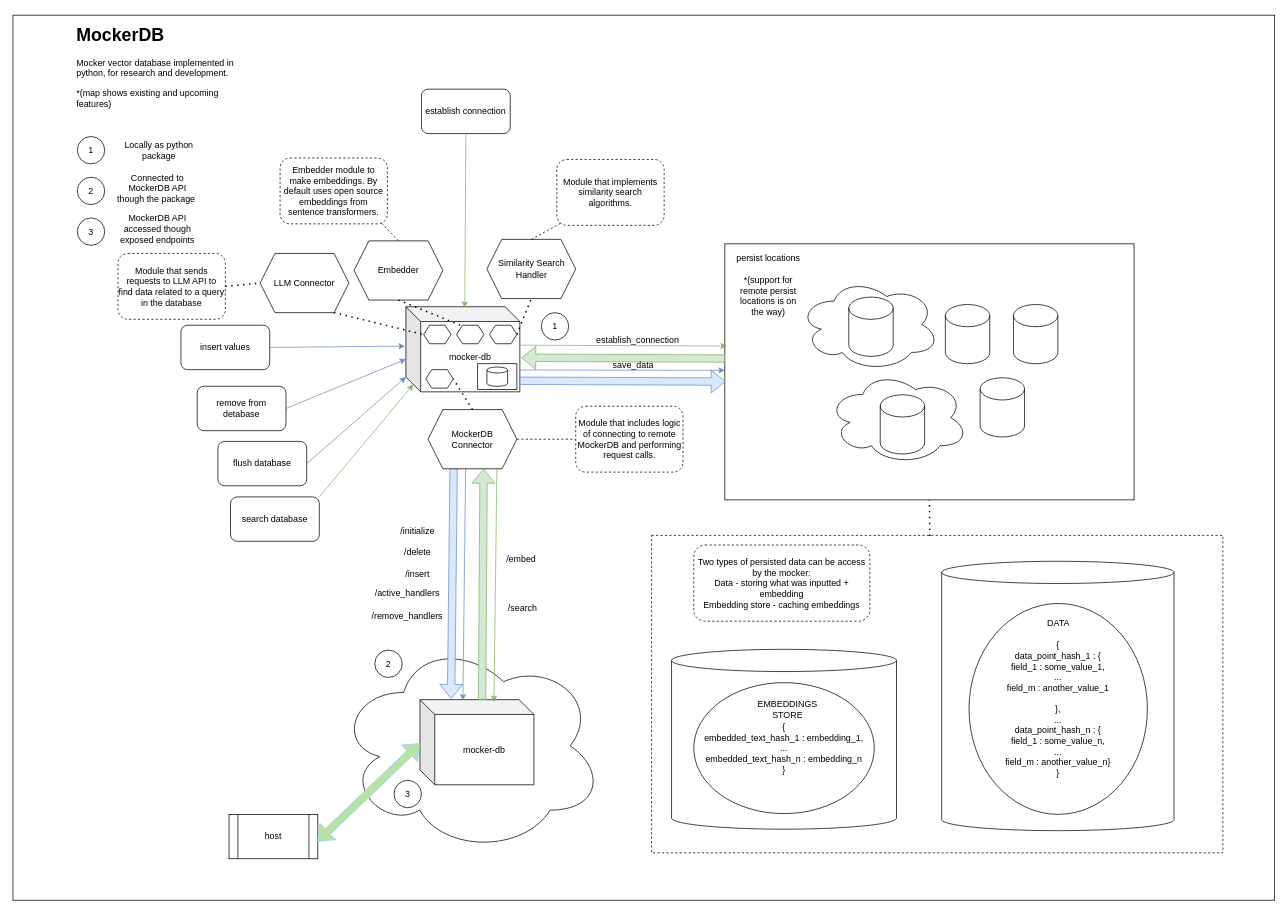
Kiril-Mordan/reusables keeps this draw.io diagram as drawio/mocker_db.drawio. Above is the earlier version. Source tidied: cells renumbered, new cells numbered last; positions are measured from the earlier drawing's top-left corner, leaving out a move shared by most shapes. Both pictures are drawn from the tidied source at 74%, with x=0, y=0 at pixel (13, 15).
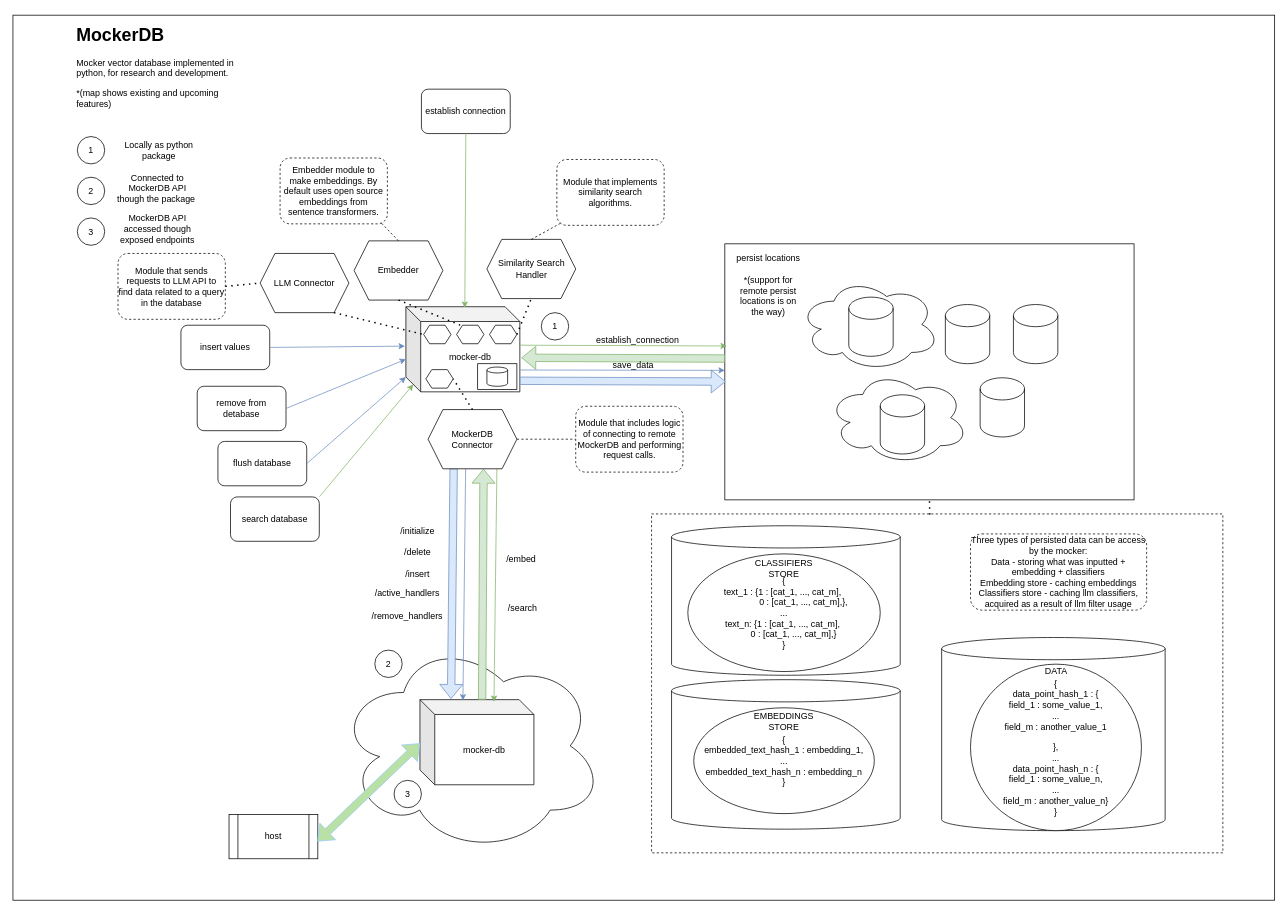
After the change.

Commit message (it also covers changes not shown here):
[mocker_db] initial version of cache of llm classification performed during llm filtering step

The edit, as a diff of the source:
```diff
@@
     <mxCell id="3" style="rounded=0;whiteSpace=wrap;html=1;dashed=1;" parent="1" vertex="1">
-      <mxGeometry x="863" y="703" width="772" height="429" as="geometry" />
+      <mxGeometry x="863" y="674" width="772" height="458" as="geometry" />
     </mxCell>
@@
     <mxCell id="6" style="shape=cylinder3;whiteSpace=wrap;html=1;boundedLbl=1;backgroundOutline=1;size=15;" parent="1" vertex="1">
-      <mxGeometry x="890" y="857" width="304" height="243" as="geometry" />
+      <mxGeometry x="890" y="898" width="309" height="202" as="geometry" />
     </mxCell>
     <mxCell id="7" style="shape=cylinder3;whiteSpace=wrap;html=1;boundedLbl=1;backgroundOutline=1;size=15;" parent="1" vertex="1">
-      <mxGeometry x="1255" y="738" width="314" height="364" as="geometry" />
+      <mxGeometry x="1255" y="841" width="302" height="261" as="geometry" />
     </mxCell>
     <mxCell id="8" value="{&lt;br&gt;data_point_hash_1 : {&lt;br&gt;field_1 : some_value_1,&lt;br&gt;...&lt;br&gt;field_m : another_value_1&lt;br&gt;&lt;br&gt;},&lt;br&gt;...&lt;br&gt;data_point_hash_n : {&lt;br style=&quot;border-color: var(--border-color);&quot;&gt;field_1 : some_value_n,&lt;br style=&quot;border-color: var(--border-color);&quot;&gt;...&lt;br style=&quot;border-color: var(--border-color);&quot;&gt;field_m : another_value_n}&lt;br&gt;}" style="ellipse;whiteSpace=wrap;html=1;" parent="1" vertex="1">
-      <mxGeometry x="1292" y="795" width="241" height="285" as="geometry" />
+      <mxGeometry x="1294" y="877" width="231" height="225" as="geometry" />
     </mxCell>
     <mxCell id="9" value="{&lt;br&gt;embedded_text_hash_1 : embedding_1,&lt;br&gt;...&lt;br&gt;embedded_text_hash_n : embedding_n&lt;br&gt;}" style="ellipse;whiteSpace=wrap;html=1;" parent="1" vertex="1">
-      <mxGeometry x="920" y="902" width="244" height="177" as="geometry" />
+      <mxGeometry x="920" y="936" width="244" height="143" as="geometry" />
     </mxCell>
     <mxCell id="10" value="DATA" style="text;html=1;align=center;verticalAlign=middle;whiteSpace=wrap;rounded=0;" parent="1" vertex="1">
-      <mxGeometry x="1382.5" y="807" width="60" height="30" as="geometry" />
+      <mxGeometry x="1379.5" y="872" width="60" height="30" as="geometry" />
     </mxCell>
     <mxCell id="11" value="EMBEDDINGS&lt;br&gt;STORE" style="text;html=1;align=center;verticalAlign=middle;whiteSpace=wrap;rounded=0;" parent="1" vertex="1">
-      <mxGeometry x="1004" y="920" width="86" height="36" as="geometry" />
+      <mxGeometry x="999" y="936" width="86" height="36" as="geometry" />
     </mxCell>
@@
-    <mxCell id="24" value="Two types of persisted data can be access by the mocker:&lt;br&gt;Data - storing what was inputted + embedding&lt;br&gt;Embedding store - caching embeddings" style="rounded=1;whiteSpace=wrap;html=1;dashed=1;" parent="1" vertex="1">
-      <mxGeometry x="920" y="716" width="238" height="103" as="geometry" />
+    <mxCell id="24" value="Three types of persisted data can be access by the mocker:&lt;br&gt;Data - storing what was inputted + embedding + classifiers&lt;br&gt;Embedding store - caching embeddings&lt;div&gt;Classifiers store - caching llm classifiers, acquired as a result of llm filter usage&lt;/div&gt;" style="rounded=1;whiteSpace=wrap;html=1;dashed=1;" parent="1" vertex="1">
+      <mxGeometry x="1294" y="701" width="238" height="103" as="geometry" />
     </mxCell>
@@
+    <mxCell id="85" style="shape=cylinder3;whiteSpace=wrap;html=1;boundedLbl=1;backgroundOutline=1;size=15;" parent="1" vertex="1">
+      <mxGeometry x="890" y="690" width="309" height="202" as="geometry" />
+    </mxCell>
+    <mxCell id="86" value="{&lt;br&gt;&lt;span style=&quot;background-color: initial;&quot;&gt;text_1 : {1 : [cat_1, ..., cat_m],&amp;nbsp;&lt;br&gt;&lt;/span&gt;&lt;div&gt;&lt;span style=&quot;background-color: initial;&quot;&gt;&lt;span style=&quot;white-space: pre;&quot;&gt;&#9;&lt;/span&gt;&lt;span style=&quot;white-space: pre;&quot;&gt;&#9;&lt;/span&gt;0 : [cat_1, ..., cat_m],&lt;/span&gt;&lt;span style=&quot;background-color: initial;&quot;&gt;},&lt;/span&gt;&lt;div&gt;...&lt;br&gt;text_n:&amp;nbsp;&lt;span style=&quot;background-color: initial;&quot;&gt;{&lt;/span&gt;&lt;span style=&quot;background-color: initial;&quot;&gt;1 : [cat_1, ..., cat_m],&amp;nbsp;&lt;br&gt;&lt;/span&gt;&lt;div&gt;&lt;span style=&quot;background-color: initial; white-space: pre;&quot;&gt;&#9;&lt;/span&gt;&lt;span style=&quot;background-color: initial;&quot;&gt;0 : [cat_1, ..., cat_m],&lt;/span&gt;&lt;span style=&quot;background-color: initial;&quot;&gt;}&lt;/span&gt;&lt;/div&gt;}&lt;/div&gt;&lt;/div&gt;" style="ellipse;whiteSpace=wrap;html=1;" parent="1" vertex="1">
+      <mxGeometry x="912" y="728" width="260" height="159" as="geometry" />
+    </mxCell>
+    <mxCell id="87" value="CLASSIFIERS&lt;br&gt;STORE" style="text;html=1;align=center;verticalAlign=middle;whiteSpace=wrap;rounded=0;" parent="1" vertex="1">
+      <mxGeometry x="999" y="730" width="86" height="36" as="geometry" />
+    </mxCell>
```
